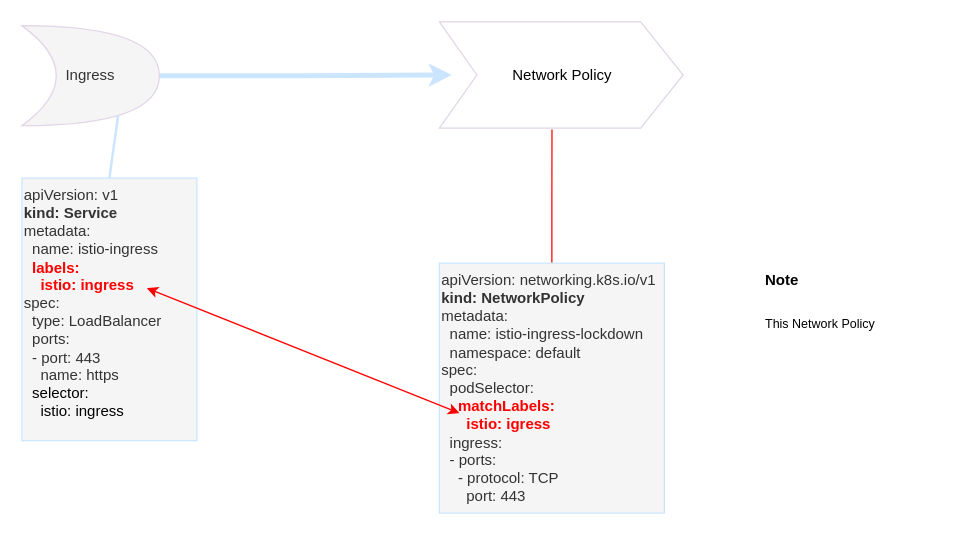
Above: policies.drawio in ourjamie/diagraming (draw.io), before the change. Source tidied: cells renumbered, new cells numbered last; positions are measured from the earlier drawing's top-left corner, leaving out a move shared by most shapes. Both pictures are drawn from the tidied source at 125%, with x=0, y=0 at pixel (21, 21).
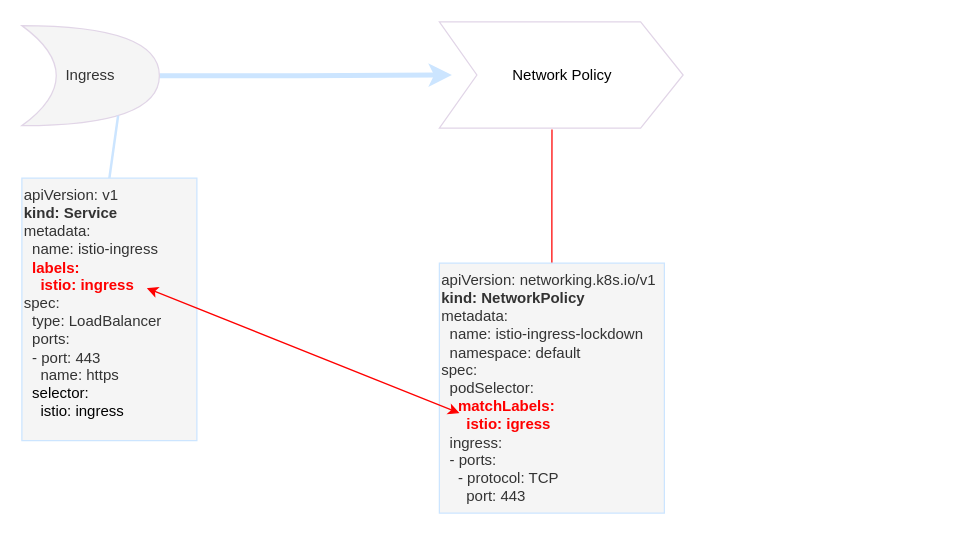
After the change.

The edit, as a diff of the source:
```diff
@@
 <mxGraphModel>
   <root>
     <mxCell id="0" />
     <mxCell id="1" parent="0" />
     <mxCell id="2" style="edgeStyle=orthogonalEdgeStyle;rounded=0;jettySize=auto;html=1;entryX=0.462;entryY=1.012;entryDx=0;entryDy=0;entryPerimeter=0;endArrow=none;endFill=0;strokeColor=#FF0000;strokeWidth=1;" parent="1" edge="1" source="3" target="7">
       <mxGeometry relative="1" as="geometry" />
     </mxCell>
     <mxCell id="3" value="&lt;div&gt;apiVersion: networking.k8s.io/v1&lt;/div&gt;&lt;div&gt;&lt;b&gt;kind: NetworkPolicy&lt;/b&gt;&lt;/div&gt;&lt;div&gt;metadata:&lt;/div&gt;&lt;div&gt;&amp;nbsp; name: istio-ingress-lockdown&lt;/div&gt;&lt;div&gt;&amp;nbsp; namespace: default&lt;/div&gt;&lt;div&gt;spec:&lt;/div&gt;&lt;div&gt;&amp;nbsp; podSelector:&lt;/div&gt;&lt;div&gt;&amp;nbsp;&lt;b&gt;&lt;font color=&quot;#ff0000&quot;&gt; &amp;nbsp; matchLabels:&lt;/font&gt;&lt;/b&gt;&lt;/div&gt;&lt;div&gt;&lt;b&gt;&lt;font color=&quot;#ff0000&quot;&gt;&amp;nbsp; &amp;nbsp; &amp;nbsp; istio: igress&lt;/font&gt;&lt;/b&gt;&lt;/div&gt;&lt;div&gt;&amp;nbsp; ingress:&lt;/div&gt;&lt;div&gt;&amp;nbsp; - ports:&lt;/div&gt;&lt;div&gt;&amp;nbsp; &amp;nbsp; - protocol: TCP&lt;/div&gt;&lt;div&gt;&amp;nbsp; &amp;nbsp; &amp;nbsp; port: 443&lt;/div&gt;" style="text;html=1;strokeColor=#CCE5FF;fillColor=#f5f5f5;align=left;verticalAlign=top;whiteSpace=wrap;rounded=0;fontColor=#333333;" parent="1" vertex="1">
       <mxGeometry x="334" y="193" width="180" height="200" as="geometry" />
     </mxCell>
     <mxCell id="4" value="&lt;div&gt;apiVersion: v1&lt;/div&gt;&lt;div&gt;&lt;b&gt;kind: Service&lt;/b&gt;&lt;/div&gt;&lt;div&gt;metadata:&lt;/div&gt;&lt;div&gt;&amp;nbsp; name: istio-ingress&lt;/div&gt;&lt;div&gt;&amp;nbsp; &lt;b&gt;&lt;font color=&quot;#ff0000&quot;&gt;labels:&lt;/font&gt;&lt;/b&gt;&lt;/div&gt;&lt;div&gt;&lt;b&gt;&lt;font color=&quot;#ff0000&quot;&gt;&amp;nbsp; &amp;nbsp; istio: ingress&lt;/font&gt;&lt;/b&gt;&lt;/div&gt;&lt;div&gt;spec:&lt;/div&gt;&lt;div&gt;&amp;nbsp; type: LoadBalancer&lt;/div&gt;&lt;div&gt;&amp;nbsp; ports:&lt;/div&gt;&lt;div&gt;&amp;nbsp; - port: 443&lt;/div&gt;&lt;div&gt;&amp;nbsp; &amp;nbsp; name: https&lt;/div&gt;&lt;div&gt;&amp;nbsp;&lt;font color=&quot;#000000&quot;&gt; selector:&lt;/font&gt;&lt;/div&gt;&lt;div&gt;&lt;font color=&quot;#000000&quot;&gt;&amp;nbsp; &amp;nbsp; istio: ingress&lt;/font&gt;&lt;/div&gt;" style="text;html=1;strokeColor=#CCE5FF;fillColor=#f5f5f5;align=left;verticalAlign=top;whiteSpace=wrap;rounded=0;fontColor=#333333;" parent="1" vertex="1">
       <mxGeometry y="125" width="140" height="210" as="geometry" />
     </mxCell>
     <mxCell id="5" style="edgeStyle=orthogonalEdgeStyle;jettySize=auto;html=1;endArrow=classic;endFill=1;strokeColor=#CCE5FF;strokeWidth=4;rounded=0;entryX=0;entryY=0.5;entryDx=10;entryDy=0;entryPerimeter=0;" parent="1" edge="1" source="6" target="7">
       <mxGeometry relative="1" as="geometry" />
     </mxCell>
     <mxCell id="6" value="Ingress" style="shape=xor;whiteSpace=wrap;html=1;fillColor=#f5f5f5;strokeColor=#E1D5E7;fontColor=#333333;" parent="1" vertex="1">
       <mxGeometry y="3" width="110" height="80" as="geometry" />
     </mxCell>
     <mxCell id="7" value="Network Policy" style="html=1;shadow=0;dashed=0;align=center;verticalAlign=middle;shape=mxgraph.arrows2.arrow;dy=0;dx=34;notch=30;strokeColor=#E1D5E7;" parent="1" vertex="1">
       <mxGeometry x="334" width="195" height="85" as="geometry" />
     </mxCell>
     <mxCell id="8" style="endArrow=none;html=1;strokeColor=#CCE5FF;strokeWidth=2;entryX=0.7;entryY=0.9;entryDx=0;entryDy=0;entryPerimeter=0;exitX=0.5;exitY=0;exitDx=0;exitDy=0;endFill=0;" parent="1" edge="1" source="4" target="6">
       <mxGeometry relative="1" as="geometry" />
     </mxCell>
     <mxCell id="9" style="endArrow=classic;startArrow=classic;html=1;strokeColor=#FF0000;strokeWidth=1;" parent="1" edge="1">
       <mxGeometry relative="1" as="geometry">
         <mxPoint x="100" y="213" as="sourcePoint" />
         <mxPoint x="350" y="313" as="targetPoint" />
       </mxGeometry>
     </mxCell>
-    <mxCell id="10" value="&lt;h1&gt;&lt;font style=&quot;font-size: 12px&quot;&gt;Note&lt;/font&gt;&lt;/h1&gt;&lt;p&gt;&lt;font style=&quot;font-size: 10px&quot;&gt;This Network Policy&amp;nbsp;&lt;/font&gt;&lt;/p&gt;" style="text;html=1;strokeColor=none;fillColor=none;spacing=5;spacingTop=-20;whiteSpace=wrap;overflow=hidden;rounded=0;align=left;" parent="1" vertex="1">
-      <mxGeometry x="590" y="183" width="140" height="120" as="geometry" />
-    </mxCell>
   </root>
 </mxGraphModel>
```
